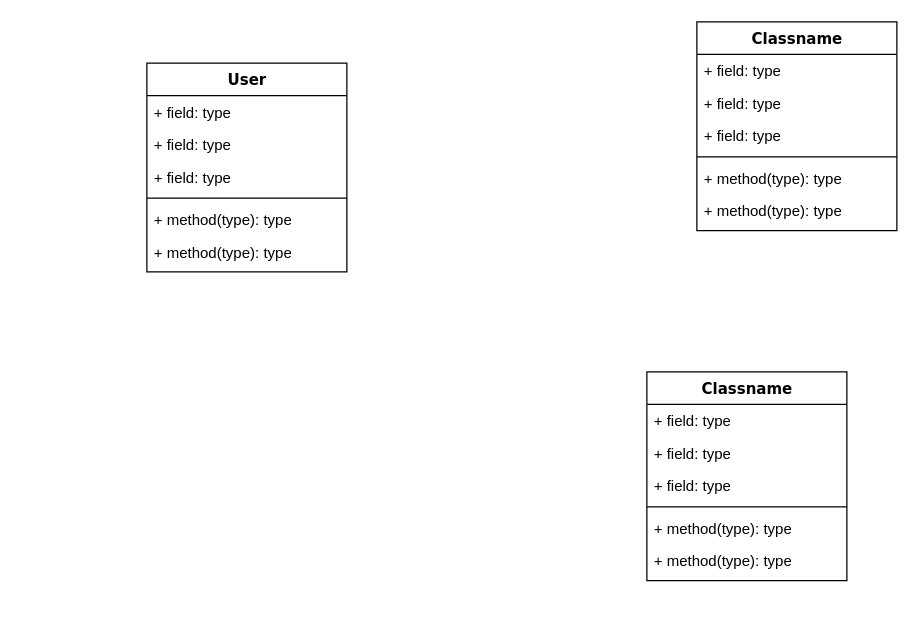
mikolaz27/quiz_2025 keeps this draw.io diagram as docs/db_schema.drawio. Above is the earlier version. Source tidied: cells renumbered, new cells numbered last; positions are measured from the earlier drawing's top-left corner, leaving out a move shared by most shapes. Both pictures are drawn from the tidied source at 125%, with x=0, y=0 at pixel (146, 21).
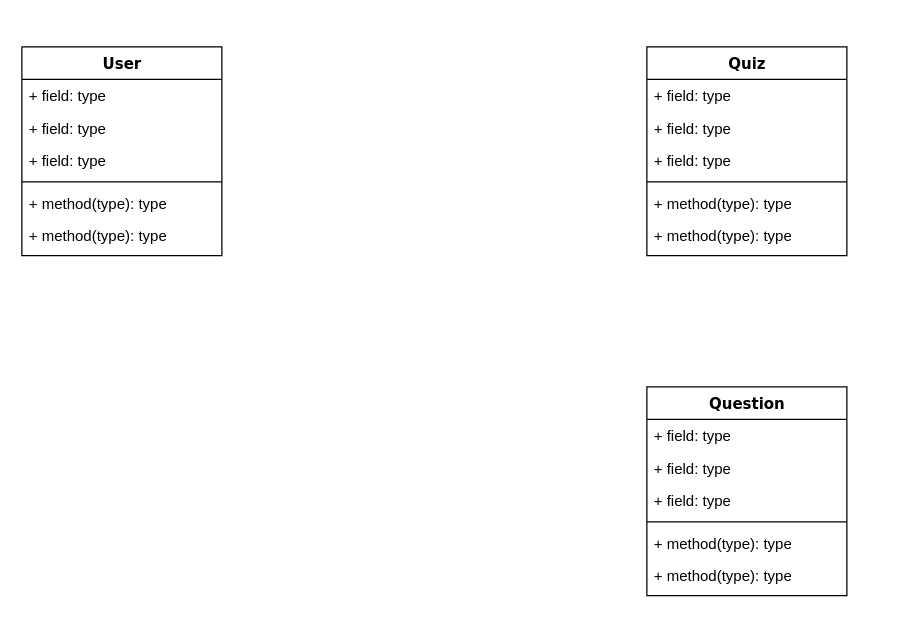
The same page after the edit.

The edit, as a diff of the source:
```diff
@@
-    <mxCell id="2" value="Classname" style="swimlane;html=1;fontStyle=1;align=center;verticalAlign=top;horizontal=1;startSize=26;swimlaneFillColor=#ffffff;rounded=0;shadow=0;comic=0;labelBackgroundColor=none;strokeWidth=1;fillColor=none;fontFamily=Verdana;fontSize=12;" parent="1" vertex="1">
-      <mxGeometry x="440" width="160" height="167" as="geometry" />
+    <mxCell id="2" value="&lt;div&gt;Quiz&lt;/div&gt;" style="swimlane;html=1;fontStyle=1;align=center;verticalAlign=top;horizontal=1;startSize=26;swimlaneFillColor=#ffffff;rounded=0;shadow=0;comic=0;labelBackgroundColor=none;strokeWidth=1;fillColor=none;fontFamily=Verdana;fontSize=12;" parent="1" vertex="1">
+      <mxGeometry x="400" y="20" width="160" height="167" as="geometry" />
     </mxCell>
@@
-    <mxCell id="9" value="Classname" style="swimlane;html=1;fontStyle=1;align=center;verticalAlign=top;horizontal=1;startSize=26;swimlaneFillColor=#ffffff;rounded=0;shadow=0;comic=0;labelBackgroundColor=none;strokeWidth=1;fillColor=none;fontFamily=Verdana;fontSize=12;" parent="1" vertex="1">
-      <mxGeometry x="400" y="280" width="160" height="167" as="geometry" />
+    <mxCell id="9" value="Question" style="swimlane;html=1;fontStyle=1;align=center;verticalAlign=top;horizontal=1;startSize=26;swimlaneFillColor=#ffffff;rounded=0;shadow=0;comic=0;labelBackgroundColor=none;strokeWidth=1;fillColor=none;fontFamily=Verdana;fontSize=12;" parent="1" vertex="1">
+      <mxGeometry x="400" y="292" width="160" height="167" as="geometry" />
     </mxCell>
@@
     <mxCell id="16" value="&lt;div&gt;User&lt;/div&gt;" style="swimlane;html=1;fontStyle=1;align=center;verticalAlign=top;horizontal=1;startSize=26;swimlaneFillColor=#ffffff;rounded=0;shadow=0;comic=0;labelBackgroundColor=none;strokeWidth=1;fillColor=none;fontFamily=Verdana;fontSize=12;" parent="1" vertex="1">
-      <mxGeometry y="33" width="160" height="167" as="geometry" />
+      <mxGeometry x="-100" y="20" width="160" height="167" as="geometry" />
     </mxCell>
```
